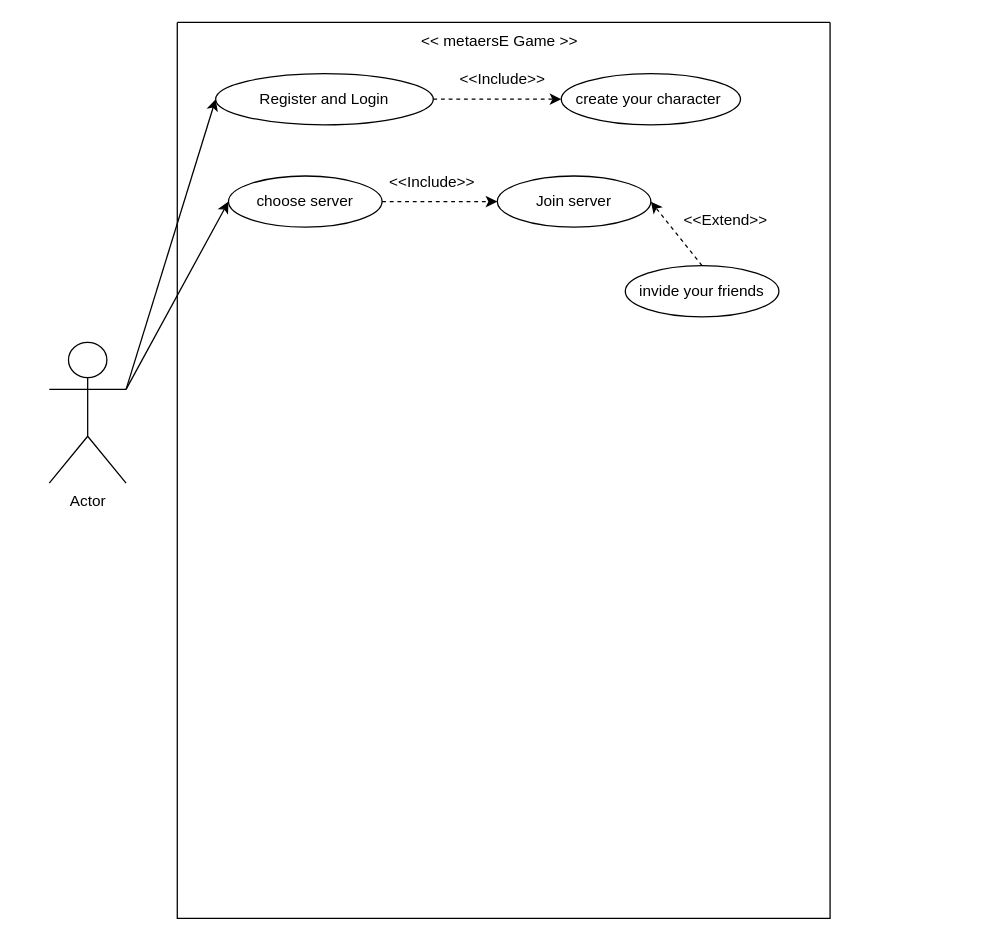
This is 未命名绘图.drawio from lrbjk/draw, a draw.io file, before an edit. Source tidied: cells renumbered, new cells numbered last; positions are measured from the earlier drawing's top-left corner, leaving out a move shared by most shapes. Both pictures are drawn from the tidied source at 128%, with x=0, y=0 at pixel (49, 22).
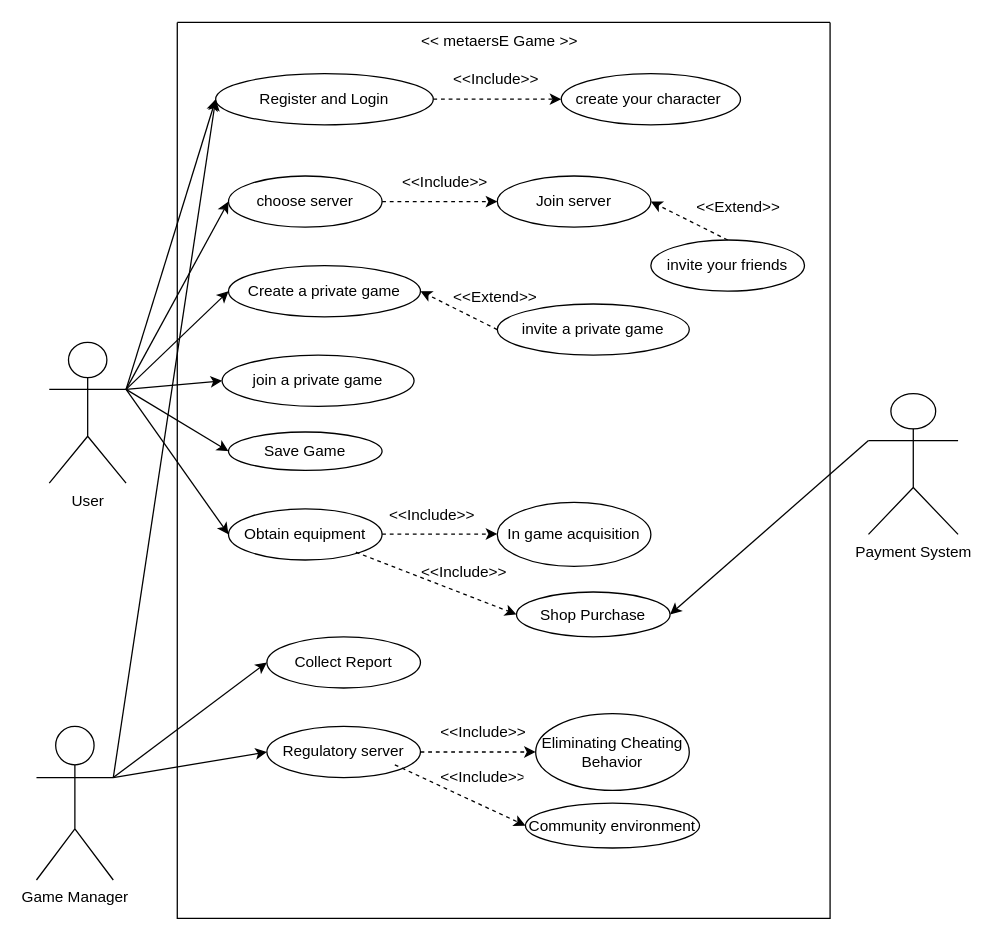
The same page after the edit.

Unchanged cells that the change refers to:
```xml
<mxCell id="3" style="swimlane;startSize=0;" parent="1" vertex="1">
  <mxGeometry x="100" width="510" height="700" as="geometry" />
</mxCell>
<mxCell id="5" value="Register and Login" style="ellipse;whiteSpace=wrap;html=1;" parent="3" vertex="1">
  <mxGeometry x="30" y="40" width="170" height="40" as="geometry" />
</mxCell>
```

Change to the diagram source:
```diff
@@
-    <mxCell id="2" value="Actor" style="shape=umlActor;verticalLabelPosition=bottom;verticalAlign=top;html=1;outlineConnect=0;" parent="1" vertex="1">
+    <mxCell id="2" value="User" style="shape=umlActor;verticalLabelPosition=bottom;verticalAlign=top;html=1;outlineConnect=0;" parent="1" vertex="1">
       <mxGeometry y="250" width="60" height="110" as="geometry" />
     </mxCell>
@@
     <mxCell id="8" value="&amp;lt;&amp;lt;Include&amp;gt;&amp;gt;" style="text;strokeColor=none;fillColor=none;align=left;verticalAlign=middle;spacingLeft=4;spacingRight=4;overflow=hidden;whiteSpace=wrap;html=1;" parent="3" vertex="1">
-      <mxGeometry x="215" y="30" width="80" height="30" as="geometry" />
+      <mxGeometry x="210" y="30" width="80" height="30" as="geometry" />
     </mxCell>
@@
-    <mxCell id="10" value="invide your friends" style="ellipse;whiteSpace=wrap;html=1;" parent="3" vertex="1">
-      <mxGeometry x="350" y="190" width="120" height="40" as="geometry" />
+    <mxCell id="10" value="invite your friends" style="ellipse;whiteSpace=wrap;html=1;" parent="3" vertex="1">
+      <mxGeometry x="370" y="170" width="120" height="40" as="geometry" />
     </mxCell>
@@
     <mxCell id="12" value="&amp;lt;&amp;lt;Extend&amp;gt;&amp;gt;" style="text;strokeColor=none;fillColor=none;align=left;verticalAlign=middle;spacingLeft=4;spacingRight=4;overflow=hidden;whiteSpace=wrap;html=1;" parent="3" vertex="1">
-      <mxGeometry x="390" y="140" width="80" height="30" as="geometry" />
+      <mxGeometry x="400" y="130" width="80" height="30" as="geometry" />
     </mxCell>
@@
     <mxCell id="15" value="&amp;lt;&amp;lt;Include&amp;gt;&amp;gt;" style="text;strokeColor=none;fillColor=none;align=left;verticalAlign=middle;spacingLeft=4;spacingRight=4;overflow=hidden;whiteSpace=wrap;html=1;" parent="3" vertex="1">
-      <mxGeometry x="160" y="110" width="80" height="30" as="geometry" />
+      <mxGeometry x="170" y="110" width="80" height="30" as="geometry" />
     </mxCell>
+    <mxCell id="18" value="Create a private game" style="ellipse;whiteSpace=wrap;html=1;" parent="3" vertex="1">
+      <mxGeometry x="40" y="190" width="150" height="40" as="geometry" />
+    </mxCell>
+    <mxCell id="19" value="invite a private game" style="ellipse;whiteSpace=wrap;html=1;" parent="3" vertex="1">
+      <mxGeometry x="250" y="220" width="150" height="40" as="geometry" />
+    </mxCell>
+    <mxCell id="20" style="html=1;labelBackgroundColor=#ffffff;startArrow=none;startFill=0;startSize=6;endArrow=classic;endFill=1;endSize=6;jettySize=auto;orthogonalLoop=1;strokeWidth=1;dashed=1;fontSize=14;rounded=0;entryX=1;entryY=0.5;entryDx=0;entryDy=0;exitX=0.5;exitY=0;exitDx=0;exitDy=0;" parent="3" edge="1">
+      <mxGeometry relative="1" as="geometry">
+        <mxPoint x="250" y="240" as="sourcePoint" />
+        <mxPoint x="190" y="210" as="targetPoint" />
+      </mxGeometry>
+    </mxCell>
+    <mxCell id="21" value="&amp;lt;&amp;lt;Extend&amp;gt;&amp;gt;" style="text;strokeColor=none;fillColor=none;align=left;verticalAlign=middle;spacingLeft=4;spacingRight=4;overflow=hidden;whiteSpace=wrap;html=1;" parent="3" vertex="1">
+      <mxGeometry x="210" y="200" width="80" height="30" as="geometry" />
+    </mxCell>
+    <mxCell id="22" value="join a private game" style="ellipse;whiteSpace=wrap;html=1;" parent="3" vertex="1">
+      <mxGeometry x="35" y="260" width="150" height="40" as="geometry" />
+    </mxCell>
+    <mxCell id="23" value="Save Game" style="ellipse;whiteSpace=wrap;html=1;" parent="3" vertex="1">
+      <mxGeometry x="40" y="320" width="120" height="30" as="geometry" />
+    </mxCell>
+    <mxCell id="24" value="Collect Report" style="ellipse;whiteSpace=wrap;html=1;" parent="3" vertex="1">
+      <mxGeometry x="70" y="480" width="120" height="40" as="geometry" />
+    </mxCell>
+    <mxCell id="25" value="Regulatory server" style="ellipse;whiteSpace=wrap;html=1;" parent="3" vertex="1">
+      <mxGeometry x="70" y="550" width="120" height="40" as="geometry" />
+    </mxCell>
+    <mxCell id="26" value="Eliminating Cheating Behavior" style="ellipse;whiteSpace=wrap;html=1;" parent="3" vertex="1">
+      <mxGeometry x="280" y="540" width="120" height="60" as="geometry" />
+    </mxCell>
+    <mxCell id="27" style="html=1;labelBackgroundColor=#ffffff;startArrow=none;startFill=0;startSize=6;endArrow=classic;endFill=1;endSize=6;jettySize=auto;orthogonalLoop=1;strokeWidth=1;dashed=1;fontSize=14;rounded=0;exitX=1;exitY=0.5;exitDx=0;exitDy=0;entryX=0;entryY=0.5;entryDx=0;entryDy=0;" parent="3" edge="1">
+      <mxGeometry relative="1" as="geometry">
+        <mxPoint x="190" y="570" as="sourcePoint" />
+        <mxPoint x="280" y="570" as="targetPoint" />
+      </mxGeometry>
+    </mxCell>
+    <mxCell id="28" value="&amp;lt;&amp;lt;Include&amp;gt;&amp;gt;" style="text;strokeColor=none;fillColor=none;align=left;verticalAlign=middle;spacingLeft=4;spacingRight=4;overflow=hidden;whiteSpace=wrap;html=1;" parent="3" vertex="1">
+      <mxGeometry x="200" y="540" width="80" height="30" as="geometry" />
+    </mxCell>
+    <mxCell id="29" value="Community environment" style="ellipse;whiteSpace=wrap;html=1;" parent="3" vertex="1">
+      <mxGeometry x="272" y="610" width="136" height="35" as="geometry" />
+    </mxCell>
+    <mxCell id="30" style="html=1;labelBackgroundColor=#ffffff;startArrow=none;startFill=0;startSize=6;endArrow=classic;endFill=1;endSize=6;jettySize=auto;strokeWidth=1;dashed=1;fontSize=14;rounded=0;exitX=0.833;exitY=0.75;exitDx=0;exitDy=0;entryX=0;entryY=0.5;entryDx=0;entryDy=0;exitPerimeter=0;" parent="3" edge="1" source="25" target="29">
+      <mxGeometry relative="1" as="geometry" />
+    </mxCell>
+    <mxCell id="31" value="&amp;lt;&amp;lt;Include&amp;gt;&amp;gt;" style="text;strokeColor=none;fillColor=none;align=left;verticalAlign=middle;spacingLeft=4;spacingRight=4;overflow=hidden;whiteSpace=wrap;html=1;" parent="3" vertex="1">
+      <mxGeometry x="200" y="580" width="75" height="20" as="geometry" />
+    </mxCell>
+    <mxCell id="32" value="Game Manager" style="shape=umlActor;verticalLabelPosition=bottom;verticalAlign=top;html=1;outlineConnect=0;" parent="3" vertex="1">
+      <mxGeometry x="-110" y="550" width="60" height="120" as="geometry" />
+    </mxCell>
+    <mxCell id="33" style="endArrow=classic;html=1;rounded=0;exitX=1;exitY=0.3333333333333333;exitDx=0;exitDy=0;exitPerimeter=0;entryX=0;entryY=0.5;entryDx=0;entryDy=0;" parent="3" edge="1" source="32" target="5">
+      <mxGeometry relative="1" as="geometry" />
+    </mxCell>
+    <mxCell id="34" style="endArrow=classic;html=1;rounded=0;exitX=1;exitY=0.3333333333333333;exitDx=0;exitDy=0;exitPerimeter=0;entryX=0;entryY=0.5;entryDx=0;entryDy=0;" parent="3" edge="1" source="32">
+      <mxGeometry relative="1" as="geometry">
+        <mxPoint x="70" y="500" as="targetPoint" />
+      </mxGeometry>
+    </mxCell>
+    <mxCell id="35" style="endArrow=classic;html=1;rounded=0;entryX=0;entryY=0.5;entryDx=0;entryDy=0;" parent="3" edge="1" target="25">
+      <mxGeometry relative="1" as="geometry">
+        <mxPoint x="-50" y="590" as="sourcePoint" />
+      </mxGeometry>
+    </mxCell>
+    <mxCell id="36" value="Obtain equipment" style="ellipse;whiteSpace=wrap;html=1;" parent="3" vertex="1">
+      <mxGeometry x="40" y="380" width="120" height="40" as="geometry" />
+    </mxCell>
+    <mxCell id="37" style="html=1;labelBackgroundColor=#ffffff;startArrow=none;startFill=0;startSize=6;endArrow=classic;endFill=1;endSize=6;jettySize=auto;orthogonalLoop=1;strokeWidth=1;dashed=1;fontSize=14;rounded=0;exitX=1;exitY=0.5;exitDx=0;exitDy=0;entryX=0;entryY=0.5;entryDx=0;entryDy=0;" parent="3" edge="1">
+      <mxGeometry relative="1" as="geometry">
+        <mxPoint x="160" y="399.7" as="sourcePoint" />
+        <mxPoint x="250" y="399.7" as="targetPoint" />
+      </mxGeometry>
+    </mxCell>
+    <mxCell id="38" value="&amp;lt;&amp;lt;Include&amp;gt;&amp;gt;" style="text;strokeColor=none;fillColor=none;align=left;verticalAlign=middle;spacingLeft=4;spacingRight=4;overflow=hidden;whiteSpace=wrap;html=1;" parent="3" vertex="1">
+      <mxGeometry x="160" y="370" width="80" height="30" as="geometry" />
+    </mxCell>
+    <mxCell id="39" value="In game acquisition" style="ellipse;whiteSpace=wrap;html=1;" parent="3" vertex="1">
+      <mxGeometry x="250" y="375" width="120" height="50" as="geometry" />
+    </mxCell>
+    <mxCell id="40" style="html=1;labelBackgroundColor=#ffffff;startArrow=none;startFill=0;startSize=6;endArrow=classic;endFill=1;endSize=6;jettySize=auto;strokeWidth=1;dashed=1;fontSize=14;rounded=0;exitX=0.829;exitY=0.848;exitDx=0;exitDy=0;entryX=0;entryY=0.5;entryDx=0;entryDy=0;exitPerimeter=0;" parent="3" edge="1" source="36" target="42">
+      <mxGeometry relative="1" as="geometry" />
+    </mxCell>
+    <mxCell id="41" value="&amp;lt;&amp;lt;Include&amp;gt;&amp;gt;" style="text;strokeColor=none;fillColor=none;align=left;verticalAlign=middle;spacingLeft=4;spacingRight=4;overflow=hidden;whiteSpace=wrap;html=1;" parent="3" vertex="1">
+      <mxGeometry x="185" y="415" width="80" height="30" as="geometry" />
+    </mxCell>
+    <mxCell id="42" value="Shop Purchase" style="ellipse;whiteSpace=wrap;html=1;" parent="3" vertex="1">
+      <mxGeometry x="265" y="445" width="120" height="35" as="geometry" />
+    </mxCell>
@@
+    <mxCell id="43" style="endArrow=classic;html=1;rounded=0;exitX=1;exitY=0.3333333333333333;exitDx=0;exitDy=0;exitPerimeter=0;entryX=0;entryY=0.5;entryDx=0;entryDy=0;" parent="1" edge="1" source="2" target="18">
+      <mxGeometry relative="1" as="geometry" />
+    </mxCell>
+    <mxCell id="44" style="endArrow=classic;html=1;rounded=0;exitX=1;exitY=0.3333333333333333;exitDx=0;exitDy=0;exitPerimeter=0;entryX=0;entryY=0.5;entryDx=0;entryDy=0;" parent="1" edge="1" source="2" target="22">
+      <mxGeometry relative="1" as="geometry" />
+    </mxCell>
+    <mxCell id="45" style="endArrow=classic;html=1;rounded=0;exitX=1;exitY=0.3333333333333333;exitDx=0;exitDy=0;exitPerimeter=0;entryX=0;entryY=0.5;entryDx=0;entryDy=0;" parent="1" edge="1" source="2" target="23">
+      <mxGeometry relative="1" as="geometry" />
+    </mxCell>
+    <mxCell id="46" style="endArrow=classic;html=1;rounded=0;exitX=1;exitY=0.3333333333333333;exitDx=0;exitDy=0;exitPerimeter=0;entryX=0;entryY=0.5;entryDx=0;entryDy=0;" parent="1" edge="1" source="2" target="36">
+      <mxGeometry relative="1" as="geometry" />
+    </mxCell>
+    <mxCell id="47" value="Payment System" style="shape=umlActor;verticalLabelPosition=bottom;verticalAlign=top;html=1;outlineConnect=0;" parent="1" vertex="1">
+      <mxGeometry x="640" y="290" width="70" height="110" as="geometry" />
+    </mxCell>
+    <mxCell id="48" style="endArrow=classic;html=1;rounded=0;entryX=1;entryY=0.5;entryDx=0;entryDy=0;exitX=0;exitY=0.3333333333333333;exitDx=0;exitDy=0;exitPerimeter=0;" parent="1" edge="1" source="47" target="42">
+      <mxGeometry relative="1" as="geometry" />
+    </mxCell>
```
